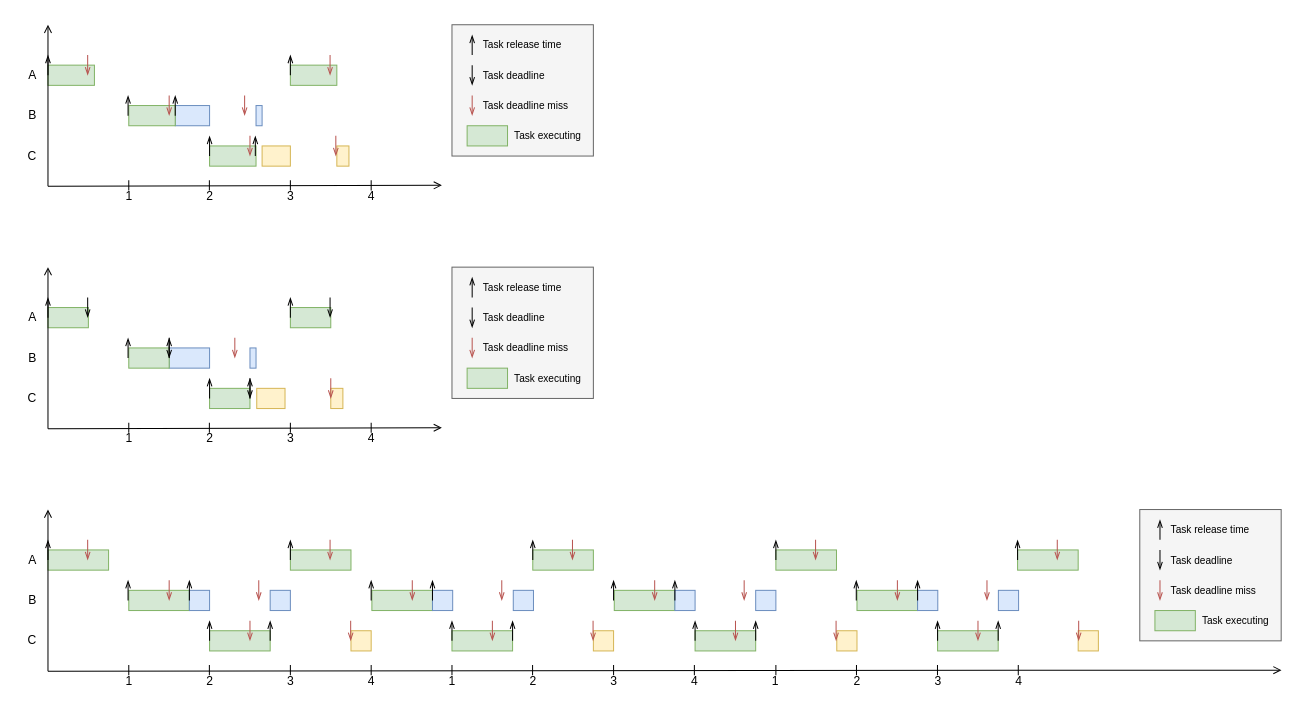
The draw.io diagram page "timeline-overload" (5 of 9) of report/images/timelines.drawio in jiayihu/SRT, before the edit. Source tidied: cells renumbered, new cells numbered last; positions are measured from the earlier drawing's top-left corner, leaving out a move shared by most shapes. Both pictures are drawn from the tidied source at 101%, with x=0, y=0 at pixel (17, 24).
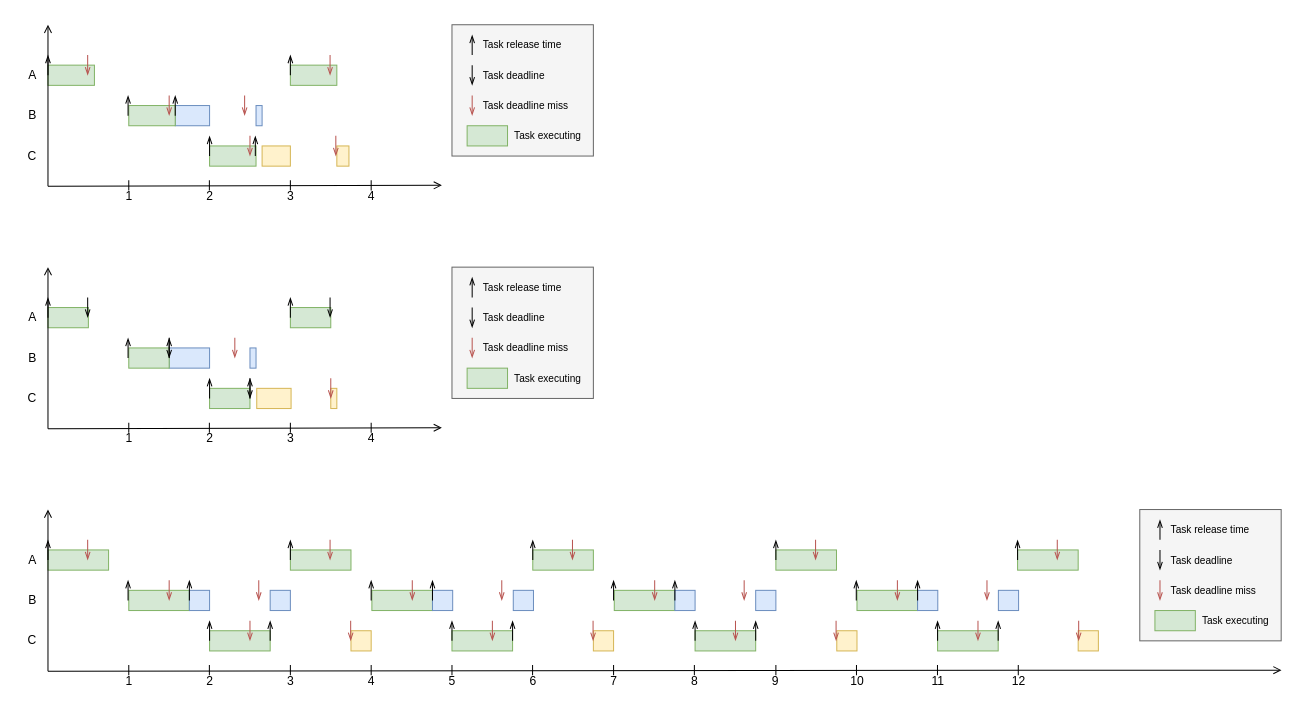
After the change.

The edit, as a diff of the source:
```diff
@@
     <mxCell id="78" style="whiteSpace=wrap;html=1;fillColor=#fff2cc;strokeColor=#d6b656;" parent="1" vertex="1">
-      <mxGeometry x="236.7" y="360" width="28" height="20" as="geometry" />
+      <mxGeometry x="236.7" y="360" width="34" height="20" as="geometry" />
     </mxCell>
@@
     <mxCell id="83" style="whiteSpace=wrap;html=1;fillColor=#fff2cc;strokeColor=#d6b656;" parent="1" vertex="1">
-      <mxGeometry x="310" y="360" width="12" height="20" as="geometry" />
+      <mxGeometry x="310" y="360" width="6" height="20" as="geometry" />
     </mxCell>
@@
-    <mxCell id="135" value="1" style="text;html=1;align=center;verticalAlign=middle;" parent="1" vertex="1">
+    <mxCell id="135" value="5" style="text;html=1;align=center;verticalAlign=middle;" parent="1" vertex="1">
       <mxGeometry x="420" y="640" width="20" height="20" as="geometry" />
     </mxCell>
-    <mxCell id="136" value="2" style="text;html=1;align=center;verticalAlign=middle;" parent="1" vertex="1">
+    <mxCell id="136" value="6" style="text;html=1;align=center;verticalAlign=middle;" parent="1" vertex="1">
       <mxGeometry x="500" y="640" width="20" height="20" as="geometry" />
     </mxCell>
-    <mxCell id="137" value="3" style="text;html=1;align=center;verticalAlign=middle;" parent="1" vertex="1">
+    <mxCell id="137" value="7" style="text;html=1;align=center;verticalAlign=middle;" parent="1" vertex="1">
       <mxGeometry x="580" y="640" width="20" height="20" as="geometry" />
     </mxCell>
-    <mxCell id="138" value="4" style="text;html=1;align=center;verticalAlign=middle;" parent="1" vertex="1">
+    <mxCell id="138" value="8" style="text;html=1;align=center;verticalAlign=middle;" parent="1" vertex="1">
       <mxGeometry x="660" y="640" width="20" height="20" as="geometry" />
     </mxCell>
@@
-    <mxCell id="161" value="2" style="text;html=1;align=center;verticalAlign=middle;" parent="1" vertex="1">
-      <mxGeometry x="820.7" y="640" width="20" height="20" as="geometry" />
+    <mxCell id="161" value="10" style="text;html=1;align=center;verticalAlign=middle;" parent="1" vertex="1">
+      <mxGeometry x="815.7" y="640" width="30" height="20" as="geometry" />
     </mxCell>
-    <mxCell id="162" value="3" style="text;html=1;align=center;verticalAlign=middle;" parent="1" vertex="1">
-      <mxGeometry x="900.7" y="640" width="20" height="20" as="geometry" />
+    <mxCell id="162" value="11" style="text;html=1;align=center;verticalAlign=middle;" parent="1" vertex="1">
+      <mxGeometry x="895.7" y="640" width="30" height="20" as="geometry" />
     </mxCell>
-    <mxCell id="163" value="4" style="text;html=1;align=center;verticalAlign=middle;" parent="1" vertex="1">
-      <mxGeometry x="980.7" y="640" width="20" height="20" as="geometry" />
+    <mxCell id="163" value="12" style="text;html=1;align=center;verticalAlign=middle;" parent="1" vertex="1">
+      <mxGeometry x="975.7" y="640" width="30" height="20" as="geometry" />
     </mxCell>
@@
-    <mxCell id="168" value="1" style="text;html=1;align=center;verticalAlign=middle;" parent="1" vertex="1">
+    <mxCell id="168" value="9" style="text;html=1;align=center;verticalAlign=middle;" parent="1" vertex="1">
       <mxGeometry x="740" y="640" width="20" height="20" as="geometry" />
     </mxCell>
```
